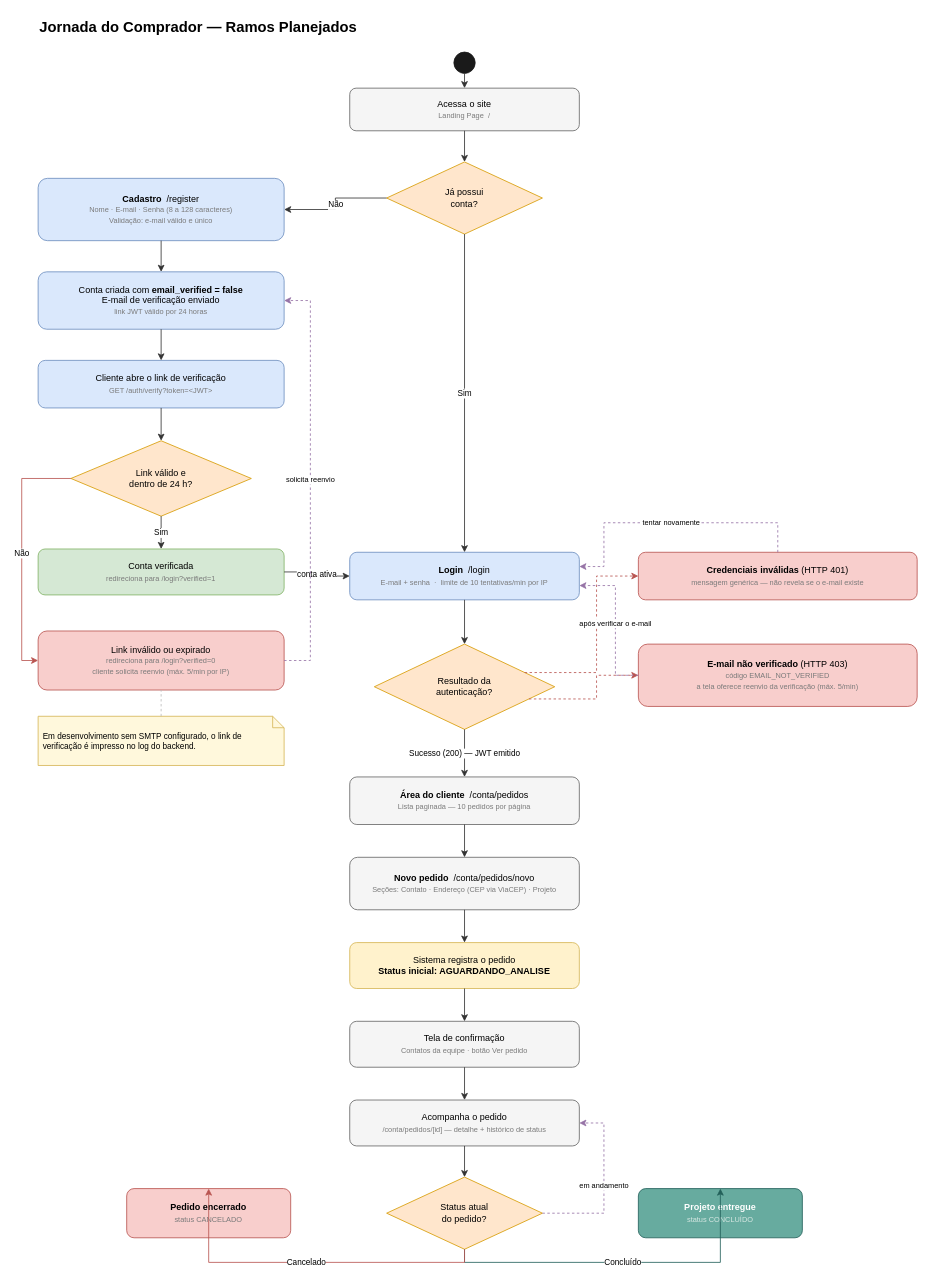
Above: docs/fluxo-comprador.drawio in jgabrielflores/marcenaria-api (draw.io), before the change. Source tidied: cells renumbered, new cells numbered last; positions are measured from the earlier drawing's top-left corner, leaving out a move shared by most shapes. Both pictures are drawn from the tidied source at 82%, with x=0, y=0 at pixel (21, 14).
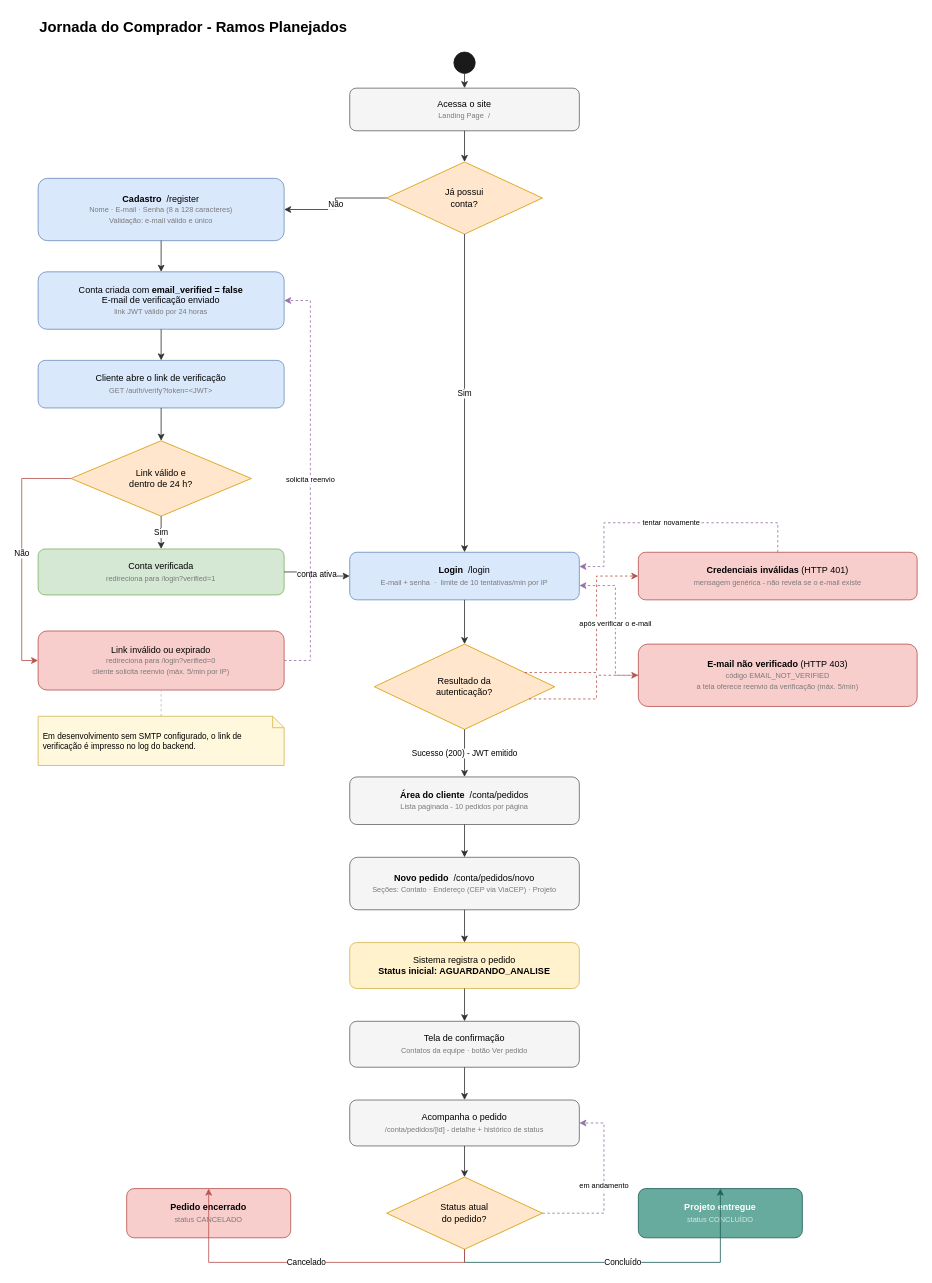
The same diagram, later.

Unchanged cells that the change refers to:
```xml
<mxCell id="14" value="Resultado da&lt;br&gt;autenticação?" style="rhombus;whiteSpace=wrap;html=1;fillColor=#ffe6cc;strokeColor=#d79b00;fontSize=11;" parent="1" vertex="1">
  <mxGeometry x="430" y="768" width="220" height="104" as="geometry" />
</mxCell>
```

What changed in the source:
```diff
@@
-    <mxCell id="2" value="Jornada do Comprador — Ramos Planejados" style="text;html=1;strokeColor=none;fillColor=none;align=left;verticalAlign=middle;fontSize=18;fontStyle=1;" parent="1" vertex="1">
+    <mxCell id="2" value="Jornada do Comprador - Ramos Planejados" style="text;html=1;strokeColor=none;fillColor=none;align=left;verticalAlign=middle;fontSize=18;fontStyle=1;" parent="1" vertex="1">
       <mxGeometry x="20" width="620" height="32" as="geometry" />
     </mxCell>
@@
-    <mxCell id="15" value="&lt;b&gt;Credenciais inválidas&lt;/b&gt;&amp;nbsp;(HTTP 401)&lt;br&gt;&lt;span style='font-size:9px;color:#7a7a7a'&gt;mensagem genérica — não revela se o e-mail existe&lt;/span&gt;" style="rounded=1;whiteSpace=wrap;html=1;fillColor=#f8cecc;strokeColor=#b85450;fontSize=11;verticalAlign=middle;" parent="1" vertex="1">
+    <mxCell id="15" value="&lt;b&gt;Credenciais inválidas&lt;/b&gt;&amp;nbsp;(HTTP 401)&lt;br&gt;&lt;span style='font-size:9px;color:#7a7a7a'&gt;mensagem genérica - não revela se o e-mail existe&lt;/span&gt;" style="rounded=1;whiteSpace=wrap;html=1;fillColor=#f8cecc;strokeColor=#b85450;fontSize=11;verticalAlign=middle;" parent="1" vertex="1">
       <mxGeometry x="752" y="656" width="340" height="58" as="geometry" />
     </mxCell>
@@
-    <mxCell id="17" value="&lt;b&gt;Área do cliente&lt;/b&gt;&amp;nbsp;&amp;nbsp;/conta/pedidos&lt;br&gt;&lt;span style='font-size:9px;color:#7a7a7a'&gt;Lista paginada — 10 pedidos por página&lt;/span&gt;" style="rounded=1;whiteSpace=wrap;html=1;fillColor=#f5f5f5;strokeColor=#666666;fontSize=11;verticalAlign=middle;" parent="1" vertex="1">
+    <mxCell id="17" value="&lt;b&gt;Área do cliente&lt;/b&gt;&amp;nbsp;&amp;nbsp;/conta/pedidos&lt;br&gt;&lt;span style='font-size:9px;color:#7a7a7a'&gt;Lista paginada - 10 pedidos por página&lt;/span&gt;" style="rounded=1;whiteSpace=wrap;html=1;fillColor=#f5f5f5;strokeColor=#666666;fontSize=11;verticalAlign=middle;" parent="1" vertex="1">
       <mxGeometry x="400" y="930" width="280" height="58" as="geometry" />
     </mxCell>
@@
-    <mxCell id="21" value="Acompanha o pedido&lt;br&gt;&lt;span style='font-size:9px;color:#7a7a7a'&gt;/conta/pedidos/[id] — detalhe + histórico de status&lt;/span&gt;" style="rounded=1;whiteSpace=wrap;html=1;fillColor=#f5f5f5;strokeColor=#666666;fontSize=11;verticalAlign=middle;" parent="1" vertex="1">
+    <mxCell id="21" value="Acompanha o pedido&lt;br&gt;&lt;span style='font-size:9px;color:#7a7a7a'&gt;/conta/pedidos/[id] - detalhe + histórico de status&lt;/span&gt;" style="rounded=1;whiteSpace=wrap;html=1;fillColor=#f5f5f5;strokeColor=#666666;fontSize=11;verticalAlign=middle;" parent="1" vertex="1">
       <mxGeometry x="400" y="1324" width="280" height="56" as="geometry" />
     </mxCell>
@@
-    <mxCell id="38" value="Sucesso (200) — JWT emitido" style="edgeStyle=orthogonalEdgeStyle;rounded=0;html=1;exitX=0.5;exitY=1;entryX=0.5;entryY=0;strokeColor=#333333;fontSize=10;" parent="1" edge="1" source="14" target="17">
+    <mxCell id="38" value="Sucesso (200) - JWT emitido" style="edgeStyle=orthogonalEdgeStyle;rounded=0;html=1;exitX=0.5;exitY=1;entryX=0.5;entryY=0;strokeColor=#333333;fontSize=10;" parent="1" edge="1" source="14" target="17">
       <mxGeometry relative="1" as="geometry" />
     </mxCell>
```
